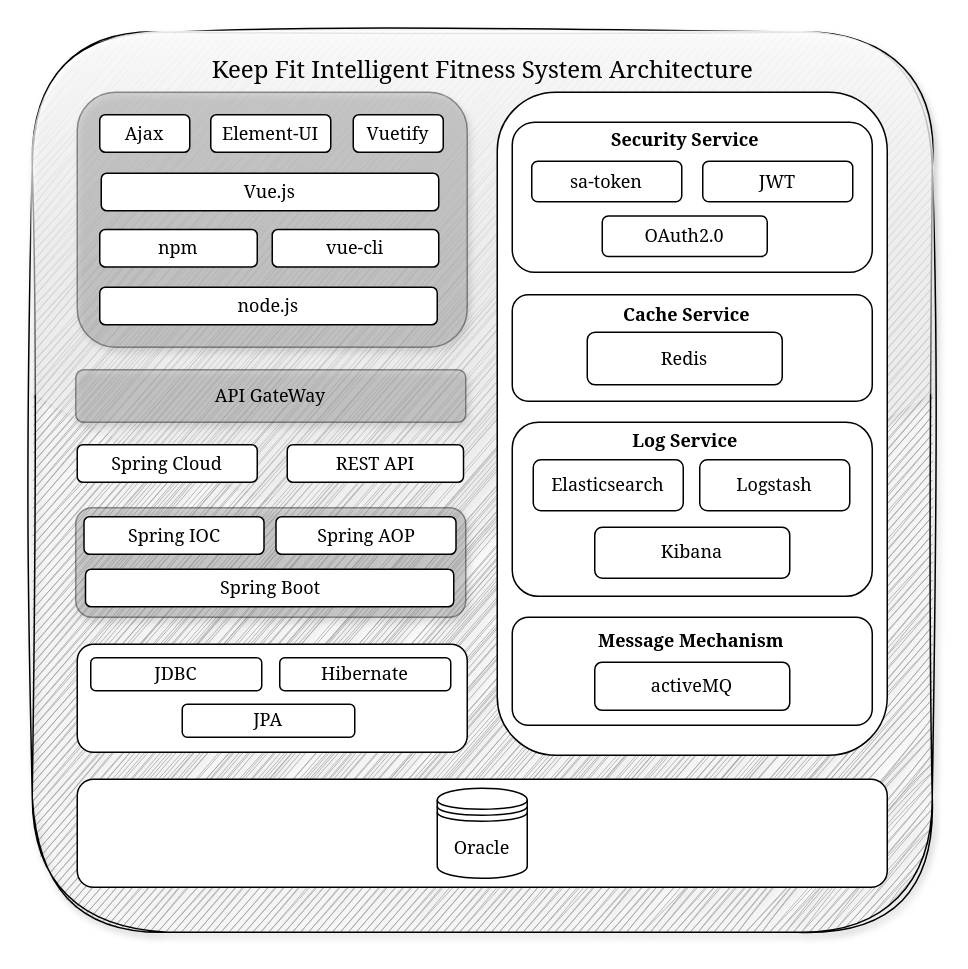
The draw.io diagram Assignment3/models/SystemArchitecture.drawio in JackinOFlove/System_Analysis_and_Design_TongjiSSE_2024Fall, before the edit. Source tidied: cells renumbered, new cells numbered last; positions are measured from the earlier drawing's top-left corner, leaving out a move shared by most shapes. Both pictures are drawn from the tidied source at 150%, with x=0, y=0 at pixel (32, 32).
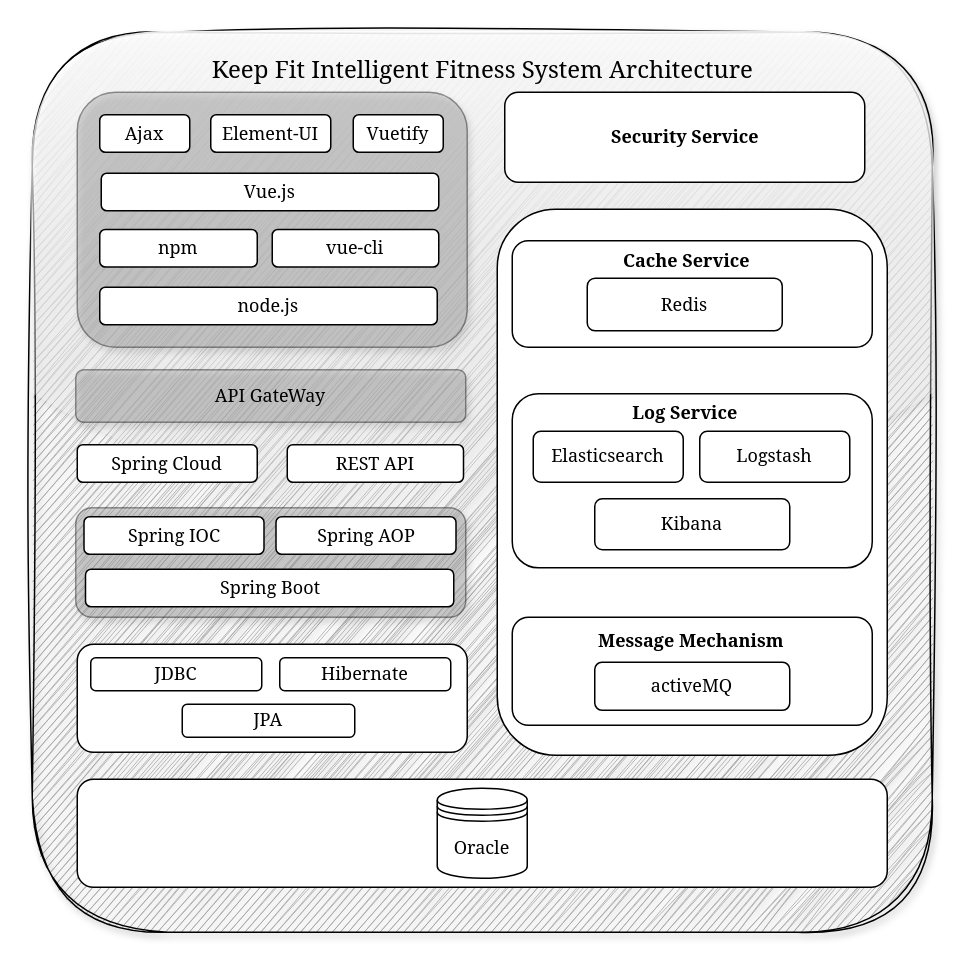
Above is the later version.

The edit, as a diff of the source:
```diff
@@
     <mxCell id="23" style="rounded=1;whiteSpace=wrap;html=1;" parent="1" vertex="1">
-      <mxGeometry x="310" y="40" width="260" height="442" as="geometry" />
+      <mxGeometry x="310" y="118" width="260" height="364" as="geometry" />
     </mxCell>
     <mxCell id="24" style="rounded=1;whiteSpace=wrap;html=1;" parent="1" vertex="1">
-      <mxGeometry x="320" y="60" width="240" height="100" as="geometry" />
+      <mxGeometry x="315" y="40" width="240" height="60" as="geometry" />
     </mxCell>
     <mxCell id="25" value="&lt;font&gt;&lt;b style=&quot;&quot;&gt;Security Service&lt;/b&gt;&lt;/font&gt;" style="text;html=1;align=center;verticalAlign=middle;strokeColor=none;fillColor=none;fontFamily=Georgia;" parent="1" vertex="1">
-      <mxGeometry x="375" y="57" width="120" height="30" as="geometry" />
+      <mxGeometry x="375" y="55" width="120" height="30" as="geometry" />
     </mxCell>
-    <mxCell id="26" value="&lt;font face=&quot;Georgia&quot;&gt;sa-token&lt;/font&gt;" style="rounded=1;whiteSpace=wrap;html=1;" parent="1" vertex="1">
-      <mxGeometry x="333" y="86" width="100" height="27" as="geometry" />
-    </mxCell>
-    <mxCell id="27" value="&lt;font face=&quot;Georgia&quot;&gt;JWT&lt;/font&gt;" style="rounded=1;whiteSpace=wrap;html=1;" parent="1" vertex="1">
-      <mxGeometry x="447" y="86" width="100" height="27" as="geometry" />
-    </mxCell>
-    <mxCell id="28" value="&lt;font face=&quot;Georgia&quot;&gt;OAuth2.0&lt;/font&gt;" style="rounded=1;whiteSpace=wrap;html=1;" parent="1" vertex="1">
-      <mxGeometry x="380" y="122.5" width="110" height="27" as="geometry" />
-    </mxCell>
     <mxCell id="29" style="rounded=1;whiteSpace=wrap;html=1;" parent="1" vertex="1">
-      <mxGeometry x="320" y="175" width="240" height="71" as="geometry" />
+      <mxGeometry x="320" y="139" width="240" height="71" as="geometry" />
     </mxCell>
     <mxCell id="30" value="&lt;font&gt;&lt;b style=&quot;&quot;&gt;Cache Service&lt;/b&gt;&lt;/font&gt;" style="text;html=1;align=center;verticalAlign=middle;strokeColor=none;fillColor=none;fontFamily=Georgia;" parent="1" vertex="1">
-      <mxGeometry x="381" y="174" width="110" height="30" as="geometry" />
+      <mxGeometry x="381" y="138" width="110" height="30" as="geometry" />
     </mxCell>
     <mxCell id="31" value="&lt;font face=&quot;Georgia&quot;&gt;Redis&lt;/font&gt;" style="rounded=1;whiteSpace=wrap;html=1;" parent="1" vertex="1">
-      <mxGeometry x="370" y="200" width="130" height="35" as="geometry" />
+      <mxGeometry x="370" y="164" width="130" height="35" as="geometry" />
     </mxCell>
     <mxCell id="32" style="rounded=1;whiteSpace=wrap;html=1;" parent="1" vertex="1">
-      <mxGeometry x="320" y="260" width="240" height="116" as="geometry" />
+      <mxGeometry x="320" y="241" width="240" height="116" as="geometry" />
     </mxCell>
     <mxCell id="33" value="&lt;font&gt;&lt;b style=&quot;&quot;&gt;Log Service&lt;/b&gt;&lt;/font&gt;" style="text;html=1;align=center;verticalAlign=middle;strokeColor=none;fillColor=none;fontFamily=Georgia;" parent="1" vertex="1">
-      <mxGeometry x="390" y="258" width="90" height="30" as="geometry" />
+      <mxGeometry x="390" y="239" width="90" height="30" as="geometry" />
     </mxCell>
     <mxCell id="34" value="&lt;font face=&quot;Georgia&quot;&gt;Elasticsearch&lt;/font&gt;" style="rounded=1;whiteSpace=wrap;html=1;" parent="1" vertex="1">
-      <mxGeometry x="334" y="285" width="100" height="34" as="geometry" />
+      <mxGeometry x="334" y="266" width="100" height="34" as="geometry" />
     </mxCell>
     <mxCell id="35" value="&lt;font face=&quot;Georgia&quot;&gt;Logstash&lt;/font&gt;" style="rounded=1;whiteSpace=wrap;html=1;" parent="1" vertex="1">
-      <mxGeometry x="445" y="285" width="100" height="34" as="geometry" />
+      <mxGeometry x="445" y="266" width="100" height="34" as="geometry" />
     </mxCell>
     <mxCell id="36" value="&lt;font face=&quot;Georgia&quot;&gt;Kibana&lt;/font&gt;" style="rounded=1;whiteSpace=wrap;html=1;" parent="1" vertex="1">
-      <mxGeometry x="375" y="330" width="130" height="34" as="geometry" />
+      <mxGeometry x="375" y="311" width="130" height="34" as="geometry" />
     </mxCell>
```
